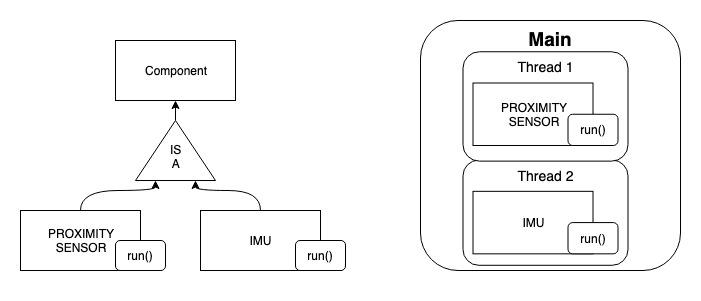
Above: images/Components.png in tblxio/sinfo-rpi-truck (draw.io), before the change. Source tidied: cells renumbered, new cells last; positions are measured from the earlier drawing's top-left corner, leaving out a move shared by most shapes. Source of this version:
```xml
<mxGraphModel>
  <root>
    <mxCell id="0" />
    <mxCell id="1" parent="0" />
    <mxCell id="2" style="rounded=0;whiteSpace=wrap;html=1;strokeColor=none;" parent="1" vertex="1">
      <mxGeometry width="700" height="300" as="geometry" />
    </mxCell>
    <mxCell id="3" style="group;" parent="1" vertex="1">
      <mxGeometry x="200" y="210" width="145" height="60" as="geometry" />
    </mxCell>
    <mxCell id="4" value="IMU" style="rounded=0;whiteSpace=wrap;html=1;" parent="3" vertex="1">
      <mxGeometry width="120" height="60" as="geometry" />
    </mxCell>
    <mxCell id="5" value="run()" style="rounded=1;whiteSpace=wrap;html=1;" parent="3" vertex="1">
      <mxGeometry x="95" y="30" width="50" height="30" as="geometry" />
    </mxCell>
    <mxCell id="6" style="group;" parent="1" vertex="1">
      <mxGeometry x="20" y="210" width="145" height="60" as="geometry" />
    </mxCell>
    <mxCell id="7" value="PROXIMITY&lt;br&gt;SENSOR" style="rounded=0;whiteSpace=wrap;html=1;" parent="6" vertex="1">
      <mxGeometry width="120" height="60" as="geometry" />
    </mxCell>
    <mxCell id="8" value="run()" style="rounded=1;whiteSpace=wrap;html=1;" parent="6" vertex="1">
      <mxGeometry x="95" y="30" width="50" height="30" as="geometry" />
    </mxCell>
    <mxCell id="9" style="edgeStyle=orthogonalEdgeStyle;curved=1;rounded=0;jettySize=auto;html=1;startArrow=classic;startFill=1;endArrow=none;endFill=0;" parent="1" edge="1" source="10" target="11">
      <mxGeometry relative="1" as="geometry" />
    </mxCell>
    <mxCell id="10" value="Component" style="rounded=0;whiteSpace=wrap;html=1;" parent="1" vertex="1">
      <mxGeometry x="115" y="40" width="120" height="60" as="geometry" />
    </mxCell>
    <mxCell id="11" style="triangle;whiteSpace=wrap;html=1;rotation=-90;" parent="1" vertex="1">
      <mxGeometry x="145" y="110" width="60" height="80" as="geometry" />
    </mxCell>
    <mxCell id="12" style="edgeStyle=orthogonalEdgeStyle;curved=1;rounded=0;jettySize=auto;html=1;exitX=0.5;exitY=0;exitDx=0;exitDy=0;entryX=0;entryY=0.25;entryDx=0;entryDy=0;" parent="1" edge="1" source="7" target="11">
      <mxGeometry relative="1" as="geometry" />
    </mxCell>
    <mxCell id="13" style="edgeStyle=orthogonalEdgeStyle;curved=1;rounded=0;jettySize=auto;html=1;exitX=0.5;exitY=0;exitDx=0;exitDy=0;entryX=0;entryY=0.75;entryDx=0;entryDy=0;" parent="1" edge="1" source="4" target="11">
      <mxGeometry relative="1" as="geometry" />
    </mxCell>
    <mxCell id="14" style="group;" parent="1" vertex="1">
      <mxGeometry x="420" y="20" width="260" height="250" as="geometry" />
    </mxCell>
    <mxCell id="15" style="group;" parent="14" vertex="1">
      <mxGeometry width="260" height="250" as="geometry" />
    </mxCell>
    <mxCell id="16" value="&lt;font style=&quot;font-size: 19px&quot;&gt;&lt;b&gt;Main&lt;/b&gt;&lt;/font&gt;" style="rounded=1;whiteSpace=wrap;html=1;labelPosition=center;verticalLabelPosition=middle;align=center;verticalAlign=top;" parent="15" vertex="1">
      <mxGeometry width="260" height="250" as="geometry" />
    </mxCell>
    <mxCell id="17" style="group;" parent="15" vertex="1">
      <mxGeometry x="52.5" y="170.8" width="155" height="74" as="geometry" />
    </mxCell>
    <mxCell id="18" value="&lt;font style=&quot;font-size: 14px&quot;&gt;Thread 2&lt;/font&gt;" style="rounded=1;whiteSpace=wrap;html=1;verticalAlign=top;" parent="17" vertex="1">
      <mxGeometry x="-10" y="-31.3" width="165" height="105.2" as="geometry" />
    </mxCell>
    <mxCell id="19" value="IMU" style="rounded=0;whiteSpace=wrap;html=1;" parent="17" vertex="1">
      <mxGeometry width="120" height="62.5" as="geometry" />
    </mxCell>
    <mxCell id="20" value="run()" style="rounded=1;whiteSpace=wrap;html=1;" parent="17" vertex="1">
      <mxGeometry x="95" y="31.3" width="50" height="31.3" as="geometry" />
    </mxCell>
    <mxCell id="21" style="group;" parent="15" vertex="1">
      <mxGeometry x="52.5" y="62.5" width="155" height="78.1" as="geometry" />
    </mxCell>
    <mxCell id="22" value="&lt;font style=&quot;font-size: 14px&quot;&gt;Thread 1&lt;/font&gt;" style="rounded=1;whiteSpace=wrap;html=1;verticalAlign=top;" parent="21" vertex="1">
      <mxGeometry x="-10" y="-31.3" width="165" height="109.4" as="geometry" />
    </mxCell>
    <mxCell id="23" value="PROXIMITY&lt;br&gt;SENSOR" style="rounded=0;whiteSpace=wrap;html=1;" parent="21" vertex="1">
      <mxGeometry width="120" height="62.5" as="geometry" />
    </mxCell>
    <mxCell id="24" value="run()" style="rounded=1;whiteSpace=wrap;html=1;" parent="21" vertex="1">
      <mxGeometry x="95" y="31.3" width="50" height="31.3" as="geometry" />
    </mxCell>
    <mxCell id="25" value="IS&lt;br&gt;A" style="text;html=1;align=center;verticalAlign=top;spacingTop=-4;" parent="1" vertex="1">
      <mxGeometry x="160" y="140" width="30" height="30" as="geometry" />
    </mxCell>
  </root>
</mxGraphModel>
```
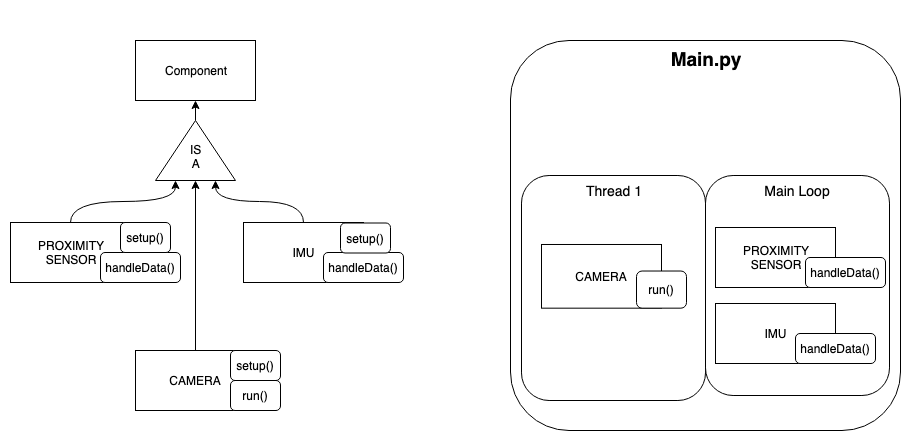
The same file after the commit.

Diff of the diagram source:
```diff
@@ -3,26 +3,8 @@
     <mxCell id="0" />
     <mxCell id="1" parent="0" />
     <mxCell id="2" style="rounded=0;whiteSpace=wrap;html=1;strokeColor=none;" parent="1" vertex="1">
-      <mxGeometry width="700" height="300" as="geometry" />
+      <mxGeometry x="-20" width="910" height="440" as="geometry" />
     </mxCell>
-    <mxCell id="3" style="group;" parent="1" vertex="1">
-      <mxGeometry x="200" y="210" width="145" height="60" as="geometry" />
-    </mxCell>
-    <mxCell id="4" value="IMU" style="rounded=0;whiteSpace=wrap;html=1;" parent="3" vertex="1">
-      <mxGeometry width="120" height="60" as="geometry" />
-    </mxCell>
-    <mxCell id="5" value="run()" style="rounded=1;whiteSpace=wrap;html=1;" parent="3" vertex="1">
-      <mxGeometry x="95" y="30" width="50" height="30" as="geometry" />
-    </mxCell>
-    <mxCell id="6" style="group;" parent="1" vertex="1">
-      <mxGeometry x="20" y="210" width="145" height="60" as="geometry" />
-    </mxCell>
-    <mxCell id="7" value="PROXIMITY&lt;br&gt;SENSOR" style="rounded=0;whiteSpace=wrap;html=1;" parent="6" vertex="1">
-      <mxGeometry width="120" height="60" as="geometry" />
-    </mxCell>
-    <mxCell id="8" value="run()" style="rounded=1;whiteSpace=wrap;html=1;" parent="6" vertex="1">
-      <mxGeometry x="95" y="30" width="50" height="30" as="geometry" />
-    </mxCell>
     <mxCell id="9" style="edgeStyle=orthogonalEdgeStyle;curved=1;rounded=0;jettySize=auto;html=1;startArrow=classic;startFill=1;endArrow=none;endFill=0;" parent="1" edge="1" source="10" target="11">
       <mxGeometry relative="1" as="geometry" />
     </mxCell>
@@ -32,47 +14,104 @@
     <mxCell id="11" style="triangle;whiteSpace=wrap;html=1;rotation=-90;" parent="1" vertex="1">
       <mxGeometry x="145" y="110" width="60" height="80" as="geometry" />
     </mxCell>
+    <mxCell id="13" style="edgeStyle=orthogonalEdgeStyle;curved=1;rounded=0;jettySize=auto;html=1;exitX=0.5;exitY=0;exitDx=0;exitDy=0;entryX=0;entryY=0.75;entryDx=0;entryDy=0;" parent="1" edge="1" source="4" target="11">
+      <mxGeometry relative="1" as="geometry" />
+    </mxCell>
+    <mxCell id="25" value="IS&lt;br&gt;A" style="text;html=1;align=center;verticalAlign=top;spacingTop=-4;" parent="1" vertex="1">
+      <mxGeometry x="160" y="140" width="30" height="30" as="geometry" />
+    </mxCell>
+    <mxCell id="26" style="edgeStyle=orthogonalEdgeStyle;rounded=0;jettySize=auto;html=1;exitX=0.5;exitY=0;exitDx=0;exitDy=0;entryX=0;entryY=0.5;entryDx=0;entryDy=0;" parent="1" edge="1" source="35" target="11">
+      <mxGeometry relative="1" as="geometry" />
+    </mxCell>
+    <mxCell id="27" style="group;" parent="1" vertex="1">
+      <mxGeometry y="210" width="170" height="60" as="geometry" />
+    </mxCell>
+    <mxCell id="28" style="group;" parent="27" vertex="1">
+      <mxGeometry width="170" height="60" as="geometry" />
+    </mxCell>
+    <mxCell id="29" style="group;" parent="28" vertex="1">
+      <mxGeometry x="-10" y="12" width="170" height="60" as="geometry" />
+    </mxCell>
+    <mxCell id="7" value="PROXIMITY&lt;br&gt;SENSOR" style="rounded=0;whiteSpace=wrap;html=1;" parent="29" vertex="1">
+      <mxGeometry width="120" height="60" as="geometry" />
+    </mxCell>
+    <mxCell id="8" value="handleData()" style="rounded=1;whiteSpace=wrap;html=1;" parent="29" vertex="1">
+      <mxGeometry x="90" y="30" width="80" height="30" as="geometry" />
+    </mxCell>
+    <mxCell id="30" value="setup()" style="rounded=1;whiteSpace=wrap;html=1;" parent="27" vertex="1">
+      <mxGeometry x="100" y="12" width="50" height="30" as="geometry" />
+    </mxCell>
     <mxCell id="12" style="edgeStyle=orthogonalEdgeStyle;curved=1;rounded=0;jettySize=auto;html=1;exitX=0.5;exitY=0;exitDx=0;exitDy=0;entryX=0;entryY=0.25;entryDx=0;entryDy=0;" parent="1" edge="1" source="7" target="11">
       <mxGeometry relative="1" as="geometry" />
     </mxCell>
-    <mxCell id="13" style="edgeStyle=orthogonalEdgeStyle;curved=1;rounded=0;jettySize=auto;html=1;exitX=0.5;exitY=0;exitDx=0;exitDy=0;entryX=0;entryY=0.75;entryDx=0;entryDy=0;" parent="1" edge="1" source="4" target="11">
-      <mxGeometry relative="1" as="geometry" />
-    </mxCell>
-    <mxCell id="14" style="group;" parent="1" vertex="1">
-      <mxGeometry x="420" y="20" width="260" height="250" as="geometry" />
-    </mxCell>
-    <mxCell id="15" style="group;" parent="14" vertex="1">
-      <mxGeometry width="260" height="250" as="geometry" />
-    </mxCell>
+    <mxCell id="31" style="group;" parent="1" vertex="1">
+      <mxGeometry x="223" y="222" width="160" height="60" as="geometry" />
+    </mxCell>
+    <mxCell id="32" style="group;" parent="31" vertex="1">
+      <mxGeometry width="160" height="60" as="geometry" />
+    </mxCell>
+    <mxCell id="4" value="IMU" style="rounded=0;whiteSpace=wrap;html=1;" parent="32" vertex="1">
+      <mxGeometry width="120" height="60" as="geometry" />
+    </mxCell>
+    <mxCell id="5" value="handleData()" style="rounded=1;whiteSpace=wrap;html=1;" parent="32" vertex="1">
+      <mxGeometry x="80" y="30" width="80" height="30" as="geometry" />
+    </mxCell>
+    <mxCell id="33" value="setup()" style="rounded=1;whiteSpace=wrap;html=1;" parent="31" vertex="1">
+      <mxGeometry x="97" y="0.5" width="50" height="30" as="geometry" />
+    </mxCell>
+    <mxCell id="34" style="group;" parent="1" vertex="1">
+      <mxGeometry x="115" y="350" width="145" height="60" as="geometry" />
+    </mxCell>
+    <mxCell id="35" value="CAMERA" style="rounded=0;whiteSpace=wrap;html=1;" parent="34" vertex="1">
+      <mxGeometry width="120" height="60" as="geometry" />
+    </mxCell>
+    <mxCell id="36" value="run()" style="rounded=1;whiteSpace=wrap;html=1;" parent="34" vertex="1">
+      <mxGeometry x="95" y="30" width="50" height="30" as="geometry" />
+    </mxCell>
+    <mxCell id="37" value="setup()" style="rounded=1;whiteSpace=wrap;html=1;" parent="34" vertex="1">
+      <mxGeometry x="95" width="50" height="30" as="geometry" />
+    </mxCell>
-    <mxCell id="16" value="&lt;font style=&quot;font-size: 19px&quot;&gt;&lt;b&gt;Main&lt;/b&gt;&lt;/font&gt;" style="rounded=1;whiteSpace=wrap;html=1;labelPosition=center;verticalLabelPosition=middle;align=center;verticalAlign=top;" parent="15" vertex="1">
-      <mxGeometry width="260" height="250" as="geometry" />
+    <mxCell id="16" value="&lt;font style=&quot;font-size: 19px&quot;&gt;&lt;b&gt;Main.py&lt;/b&gt;&lt;/font&gt;" style="rounded=1;whiteSpace=wrap;html=1;labelPosition=center;verticalLabelPosition=middle;align=center;verticalAlign=top;" parent="1" vertex="1">
+      <mxGeometry x="490" y="40" width="390" height="390" as="geometry" />
     </mxCell>
-    <mxCell id="17" style="group;" parent="15" vertex="1">
-      <mxGeometry x="52.5" y="170.8" width="155" height="74" as="geometry" />
-    </mxCell>
-    <mxCell id="18" value="&lt;font style=&quot;font-size: 14px&quot;&gt;Thread 2&lt;/font&gt;" style="rounded=1;whiteSpace=wrap;html=1;verticalAlign=top;" parent="17" vertex="1">
-      <mxGeometry x="-10" y="-31.3" width="165" height="105.2" as="geometry" />
-    </mxCell>
+    <mxCell id="38" style="group;" parent="1" vertex="1">
+      <mxGeometry x="501" y="175" width="184" height="225" as="geometry" />
+    </mxCell>
+    <mxCell id="22" value="&lt;font style=&quot;font-size: 14px&quot;&gt;Thread 1&lt;/font&gt;" style="rounded=1;whiteSpace=wrap;html=1;verticalAlign=top;" parent="38" vertex="1">
+      <mxGeometry width="184" height="225" as="geometry" />
+    </mxCell>
+    <mxCell id="39" value="CAMERA" style="rounded=0;whiteSpace=wrap;html=1;" parent="38" vertex="1">
+      <mxGeometry x="20" y="69" width="120" height="63.7" as="geometry" />
+    </mxCell>
+    <mxCell id="40" value="run()" style="rounded=1;whiteSpace=wrap;html=1;" parent="38" vertex="1">
+      <mxGeometry x="115" y="95.5" width="50" height="37.1" as="geometry" />
+    </mxCell>
+    <mxCell id="41" style="group;" parent="1" vertex="1">
+      <mxGeometry x="685" y="175" width="190" height="220" as="geometry" />
+    </mxCell>
+    <mxCell id="42" value="&lt;font style=&quot;font-size: 14px&quot;&gt;Main Loop&lt;/font&gt;" style="rounded=1;whiteSpace=wrap;html=1;verticalAlign=top;" parent="41" vertex="1">
+      <mxGeometry width="184" height="220" as="geometry" />
+    </mxCell>
+    <mxCell id="43" style="group;" parent="41" vertex="1">
+      <mxGeometry x="20" y="40" width="170" height="60" as="geometry" />
+    </mxCell>
+    <mxCell id="44" style="group;" parent="43" vertex="1">
+      <mxGeometry x="-10" y="12" width="170" height="60" as="geometry" />
+    </mxCell>
+    <mxCell id="23" value="PROXIMITY&lt;br&gt;SENSOR" style="rounded=0;whiteSpace=wrap;html=1;" parent="44" vertex="1">
+      <mxGeometry width="120" height="60" as="geometry" />
+    </mxCell>
+    <mxCell id="45" value="handleData()" style="rounded=1;whiteSpace=wrap;html=1;" parent="44" vertex="1">
+      <mxGeometry x="90" y="30" width="80" height="30" as="geometry" />
+    </mxCell>
+    <mxCell id="46" style="group;" parent="41" vertex="1">
+      <mxGeometry x="10" y="128" width="160" height="60" as="geometry" />
+    </mxCell>
-    <mxCell id="19" value="IMU" style="rounded=0;whiteSpace=wrap;html=1;" parent="17" vertex="1">
-      <mxGeometry width="120" height="62.5" as="geometry" />
+    <mxCell id="19" value="IMU" style="rounded=0;whiteSpace=wrap;html=1;" parent="46" vertex="1">
+      <mxGeometry width="120" height="60" as="geometry" />
     </mxCell>
-    <mxCell id="20" value="run()" style="rounded=1;whiteSpace=wrap;html=1;" parent="17" vertex="1">
-      <mxGeometry x="95" y="31.3" width="50" height="31.3" as="geometry" />
-    </mxCell>
-    <mxCell id="21" style="group;" parent="15" vertex="1">
-      <mxGeometry x="52.5" y="62.5" width="155" height="78.1" as="geometry" />
-    </mxCell>
-    <mxCell id="22" value="&lt;font style=&quot;font-size: 14px&quot;&gt;Thread 1&lt;/font&gt;" style="rounded=1;whiteSpace=wrap;html=1;verticalAlign=top;" parent="21" vertex="1">
-      <mxGeometry x="-10" y="-31.3" width="165" height="109.4" as="geometry" />
-    </mxCell>
-    <mxCell id="23" value="PROXIMITY&lt;br&gt;SENSOR" style="rounded=0;whiteSpace=wrap;html=1;" parent="21" vertex="1">
-      <mxGeometry width="120" height="62.5" as="geometry" />
-    </mxCell>
-    <mxCell id="24" value="run()" style="rounded=1;whiteSpace=wrap;html=1;" parent="21" vertex="1">
-      <mxGeometry x="95" y="31.3" width="50" height="31.3" as="geometry" />
-    </mxCell>
-    <mxCell id="25" value="IS&lt;br&gt;A" style="text;html=1;align=center;verticalAlign=top;spacingTop=-4;" parent="1" vertex="1">
-      <mxGeometry x="160" y="140" width="30" height="30" as="geometry" />
-    </mxCell>
+    <mxCell id="47" value="handleData()" style="rounded=1;whiteSpace=wrap;html=1;" parent="46" vertex="1">
+      <mxGeometry x="80" y="30" width="80" height="30" as="geometry" />
+    </mxCell>
   </root>
 </mxGraphModel>
```
